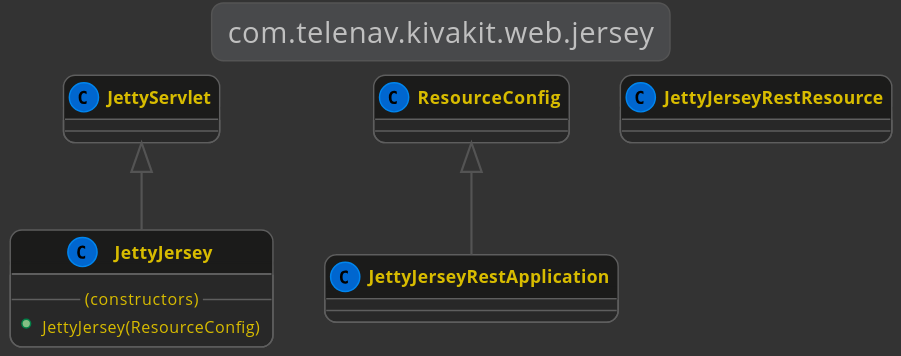
This is kivakit-web/jersey/documentation/diagrams/com.telenav.kivakit.web.jersey.svg from Telenav/kivakit, a PlantUML export, as it was before one commit. Source of this version:
```plantuml
@startuml

    !include ../lexakai/lexakai.theme

    title "com.telenav.kivakit.web.jersey"

    JettyServlet <|-- JettyJersey
    class JettyJersey
    {
        --(constructors)--
        +JettyJersey(ResourceConfig)
    }

    ResourceConfig <|-- JettyJerseyRestApplication
    class JettyJerseyRestApplication
    {
    }

    class JettyJerseyRestResource
    {
    }

@enduml
```
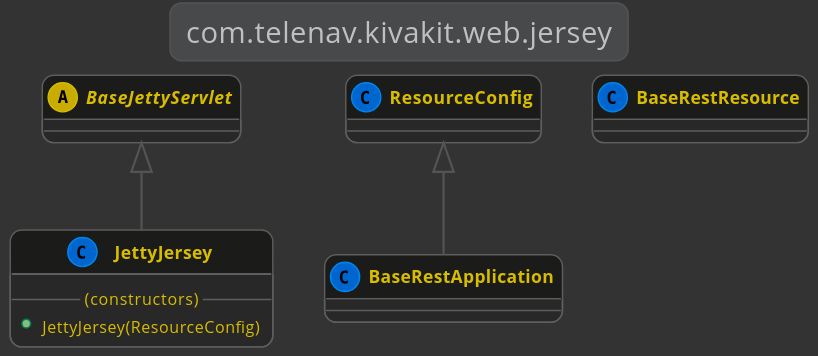
The same diagram one commit later.

What changed in the source:
```diff
@@ -4,20 +4,22 @@
 
     title "com.telenav.kivakit.web.jersey"
 
-    JettyServlet <|-- JettyJersey
+    abstract BaseJettyServlet
+
+    ResourceConfig <|-- BaseRestApplication
+    class BaseRestApplication
+    {
+    }
+
+    class BaseRestResource
+    {
+    }
+
+    BaseJettyServlet <|-- JettyJersey
     class JettyJersey
     {
         --(constructors)--
         +JettyJersey(ResourceConfig)
     }
 
-    ResourceConfig <|-- JettyJerseyRestApplication
-    class JettyJerseyRestApplication
-    {
-    }
-
-    class JettyJerseyRestResource
-    {
-    }
-
 @enduml
```
